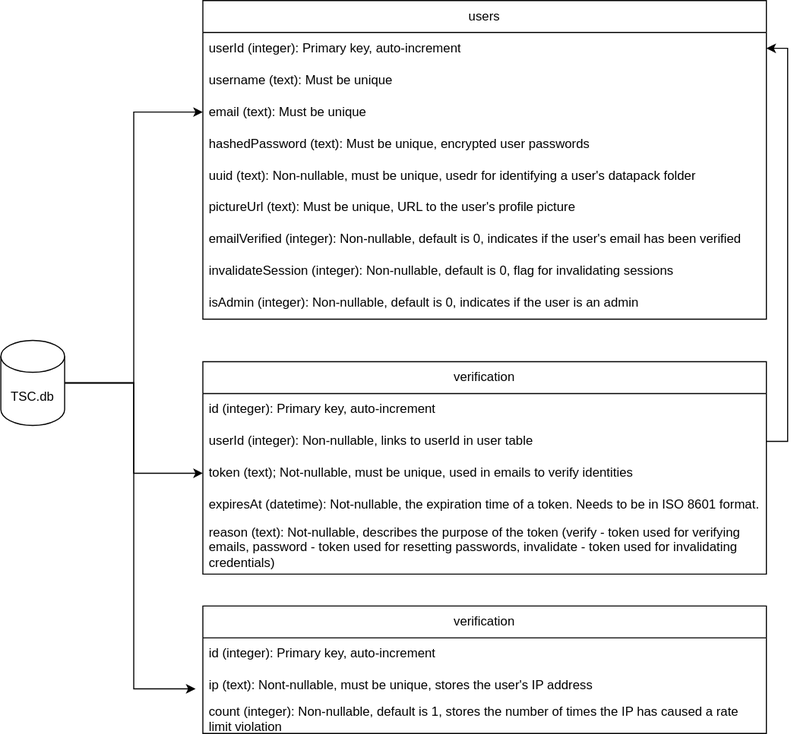
Before: assets/Database-Structure.drawio.svg, a diagram exported from draw.io (earthhistoryviz/tsconline). Source tidied: cells renumbered, new cells last; positions are measured from the earlier drawing's top-left corner, leaving out a move shared by most shapes.
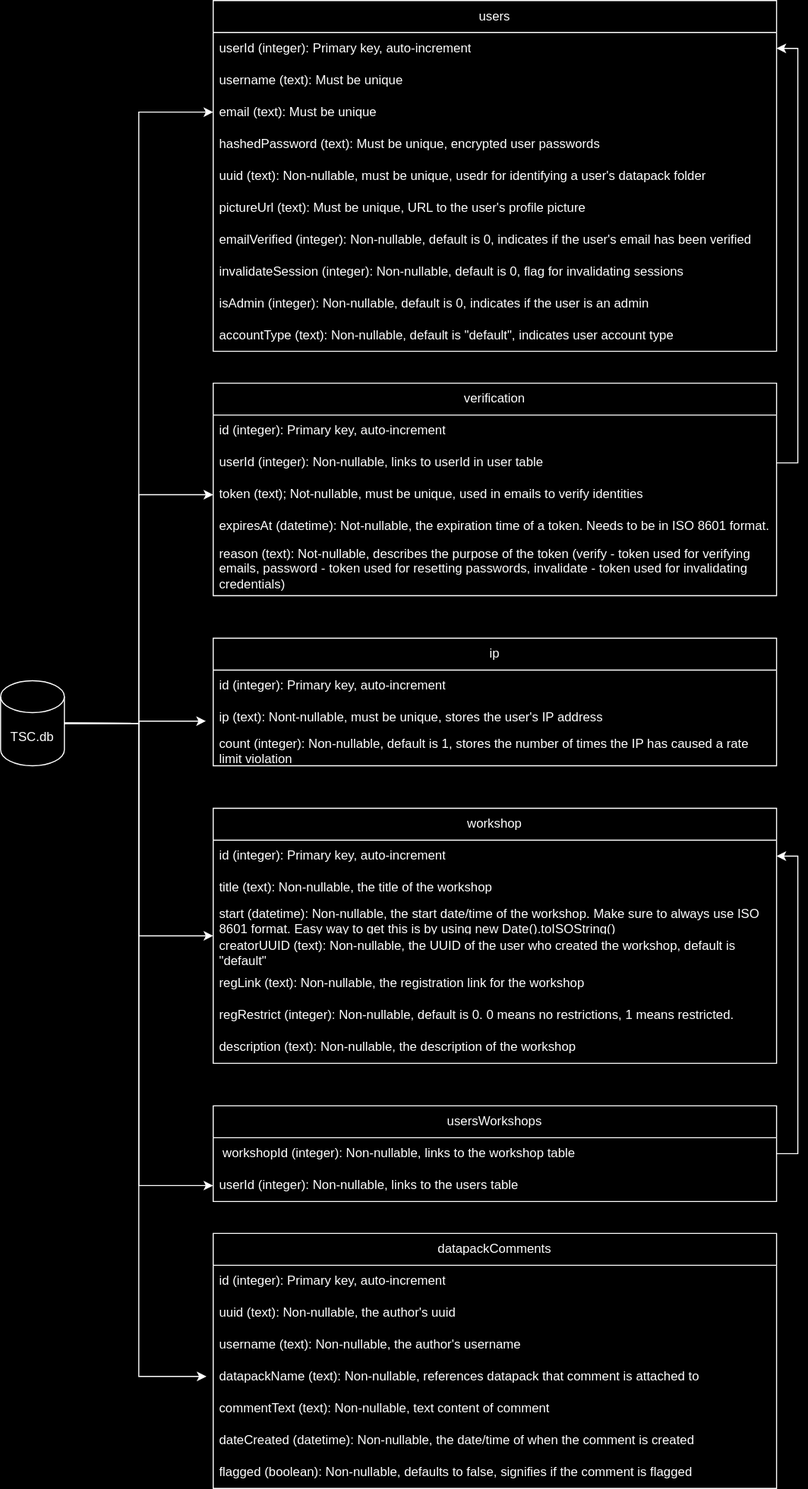
Above is the later version.

Commit message:
added documentation on strict mode, render column info, and updated database figure

What changed in the source:
```diff
@@ -8,11 +8,17 @@
     <mxCell id="3" style="edgeStyle=orthogonalEdgeStyle;rounded=0;jettySize=auto;html=1;exitX=1;exitY=0.5;exitDx=0;exitDy=0;exitPerimeter=0;entryX=0;entryY=0.5;entryDx=0;entryDy=0;" parent="1" edge="1" source="4" target="18">
       <mxGeometry relative="1" as="geometry" />
     </mxCell>
+    <mxCell id="27" style="edgeStyle=orthogonalEdgeStyle;rounded=0;jettySize=auto;html=1;exitX=1;exitY=0.5;exitDx=0;exitDy=0;exitPerimeter=0;entryX=0;entryY=0.5;entryDx=0;entryDy=0;" parent="1" edge="1" source="4" target="30">
+      <mxGeometry relative="1" as="geometry" />
+    </mxCell>
+    <mxCell id="28" style="edgeStyle=orthogonalEdgeStyle;rounded=0;jettySize=auto;html=1;exitX=1;exitY=0.5;exitDx=0;exitDy=0;exitPerimeter=0;entryX=0;entryY=0.5;entryDx=0;entryDy=0;" parent="1" edge="1" source="4" target="40">
+      <mxGeometry relative="1" as="geometry" />
+    </mxCell>
     <mxCell id="4" value="TSC.db" style="shape=cylinder3;whiteSpace=wrap;html=1;boundedLbl=1;backgroundOutline=1;size=15;" parent="1" vertex="1">
-      <mxGeometry y="320" width="60" height="80" as="geometry" />
+      <mxGeometry x="-10" y="640" width="60" height="80" as="geometry" />
     </mxCell>
     <mxCell id="5" value="users" style="swimlane;fontStyle=0;horizontal=1;startSize=30;whiteSpace=wrap;html=1;" parent="1" vertex="1">
-      <mxGeometry x="190" width="530" height="300" as="geometry" />
+      <mxGeometry x="190" width="530" height="330" as="geometry" />
     </mxCell>
     <mxCell id="6" value="userId (integer): Primary key, auto-increment" style="text;strokeColor=none;fillColor=none;align=left;verticalAlign=middle;spacingLeft=4;spacingRight=4;overflow=hidden;points=[[0,0.5],[1,0.5]];portConstraint=eastwest;whiteSpace=wrap;html=1;" parent="5" vertex="1">
       <mxGeometry y="30" width="530" height="30" as="geometry" />
@@ -41,8 +47,11 @@
     <mxCell id="14" value="isAdmin (integer): Non-nullable, default is 0, indicates if the user is an admin" style="text;strokeColor=none;fillColor=none;align=left;verticalAlign=middle;spacingLeft=4;spacingRight=4;overflow=hidden;whiteSpace=wrap;html=1;" parent="5" vertex="1">
       <mxGeometry y="270" width="530" height="30" as="geometry" />
     </mxCell>
+    <mxCell id="29" value="accountType (text):&amp;nbsp;Non-nullable, default is &quot;default&quot;, indicates user account type" style="text;strokeColor=none;fillColor=none;align=left;verticalAlign=middle;spacingLeft=4;spacingRight=4;overflow=hidden;whiteSpace=wrap;html=1;" parent="5" vertex="1">
+      <mxGeometry y="300" width="530" height="30" as="geometry" />
+    </mxCell>
     <mxCell id="15" value="verification" style="swimlane;fontStyle=0;horizontal=1;startSize=30;whiteSpace=wrap;html=1;" parent="1" vertex="1">
-      <mxGeometry x="190" y="340" width="530" height="200" as="geometry" />
+      <mxGeometry x="190" y="360" width="530" height="200" as="geometry" />
     </mxCell>
     <mxCell id="16" value="id (integer): Primary key, auto-increment" style="text;strokeColor=none;fillColor=none;align=left;verticalAlign=middle;spacingLeft=4;spacingRight=4;overflow=hidden;whiteSpace=wrap;html=1;" parent="15" vertex="1">
       <mxGeometry y="30" width="530" height="30" as="geometry" />
@@ -62,8 +71,8 @@
     <mxCell id="21" style="edgeStyle=orthogonalEdgeStyle;rounded=0;jettySize=auto;html=1;exitX=1;exitY=0.5;exitDx=0;exitDy=0;entryX=1;entryY=0.5;entryDx=0;entryDy=0;" parent="1" edge="1" source="17" target="6">
       <mxGeometry relative="1" as="geometry" />
     </mxCell>
-    <mxCell id="22" value="verification" style="swimlane;fontStyle=0;horizontal=1;startSize=30;whiteSpace=wrap;html=1;" parent="1" vertex="1">
-      <mxGeometry x="190" y="570" width="530" height="120" as="geometry" />
+    <mxCell id="22" value="ip" style="swimlane;fontStyle=0;horizontal=1;startSize=30;whiteSpace=wrap;html=1;" parent="1" vertex="1">
+      <mxGeometry x="190" y="600" width="530" height="120" as="geometry" />
     </mxCell>
     <mxCell id="23" value="id (integer): Primary key, auto-increment" style="text;strokeColor=none;fillColor=none;align=left;verticalAlign=middle;spacingLeft=4;spacingRight=4;overflow=hidden;whiteSpace=wrap;html=1;" parent="22" vertex="1">
       <mxGeometry y="30" width="530" height="30" as="geometry" />
@@ -77,5 +86,68 @@
     <mxCell id="26" style="edgeStyle=orthogonalEdgeStyle;rounded=0;jettySize=auto;html=1;exitX=1;exitY=0.5;exitDx=0;exitDy=0;exitPerimeter=0;entryX=-0.013;entryY=0.6;entryDx=0;entryDy=0;entryPerimeter=0;" parent="1" edge="1" source="4" target="24">
       <mxGeometry relative="1" as="geometry" />
     </mxCell>
+    <mxCell id="30" value="workshop" style="swimlane;fontStyle=0;horizontal=1;startSize=30;whiteSpace=wrap;html=1;" parent="1" vertex="1">
+      <mxGeometry x="190" y="760" width="530" height="240" as="geometry" />
+    </mxCell>
+    <mxCell id="31" value="id (integer): Primary key, auto-increment" style="text;strokeColor=none;fillColor=none;align=left;verticalAlign=middle;spacingLeft=4;spacingRight=4;overflow=hidden;points=[[0,0.5],[1,0.5]];portConstraint=eastwest;whiteSpace=wrap;html=1;" parent="30" vertex="1">
+      <mxGeometry y="30" width="530" height="30" as="geometry" />
+    </mxCell>
+    <mxCell id="32" value="title (text): Non-nullable, the title of the workshop" style="text;strokeColor=none;fillColor=none;align=left;verticalAlign=middle;spacingLeft=4;spacingRight=4;overflow=hidden;whiteSpace=wrap;html=1;" parent="30" vertex="1">
+      <mxGeometry y="60" width="530" height="30" as="geometry" />
+    </mxCell>
+    <mxCell id="33" value="start (datetime): Non-nullable, the start date/time of the workshop. Make sure to always use ISO 8601 format. Easy way to get this is by using new Date().toISOString()" style="text;strokeColor=none;fillColor=none;align=left;verticalAlign=middle;spacingLeft=4;spacingRight=4;overflow=hidden;whiteSpace=wrap;html=1;" parent="30" vertex="1">
+      <mxGeometry y="90" width="530" height="30" as="geometry" />
+    </mxCell>
+    <mxCell id="34" value="creatorUUID (text): Non-nullable, the UUID of the user who created the workshop, default is &quot;default&quot;" style="text;strokeColor=none;fillColor=none;align=left;verticalAlign=middle;spacingLeft=4;spacingRight=4;overflow=hidden;whiteSpace=wrap;html=1;" parent="30" vertex="1">
+      <mxGeometry y="120" width="530" height="30" as="geometry" />
+    </mxCell>
+    <mxCell id="35" value="regLink (text): Non-nullable, the registration link for the workshop" style="text;strokeColor=none;fillColor=none;align=left;verticalAlign=middle;spacingLeft=4;spacingRight=4;overflow=hidden;whiteSpace=wrap;html=1;" parent="30" vertex="1">
+      <mxGeometry y="150" width="530" height="30" as="geometry" />
+    </mxCell>
+    <mxCell id="36" value="&lt;div&gt;regRestrict (integer): Non-nullable, default is 0. 0 means no restrictions, 1 means restricted.&lt;/div&gt;" style="text;strokeColor=none;fillColor=none;align=left;verticalAlign=middle;spacingLeft=4;spacingRight=4;overflow=hidden;whiteSpace=wrap;html=1;" parent="30" vertex="1">
+      <mxGeometry y="180" width="530" height="30" as="geometry" />
+    </mxCell>
+    <mxCell id="37" value="&lt;div&gt;description (text): Non-nullable, the description of the workshop&lt;/div&gt;" style="text;strokeColor=none;fillColor=none;align=left;verticalAlign=middle;spacingLeft=4;spacingRight=4;overflow=hidden;whiteSpace=wrap;html=1;" parent="30" vertex="1">
+      <mxGeometry y="210" width="530" height="30" as="geometry" />
+    </mxCell>
+    <mxCell id="38" value="usersWorkshops" style="swimlane;fontStyle=0;horizontal=1;startSize=30;whiteSpace=wrap;html=1;" parent="1" vertex="1">
+      <mxGeometry x="190" y="1040" width="530" height="90" as="geometry" />
+    </mxCell>
+    <mxCell id="39" value="&amp;nbsp;workshopId (integer): Non-nullable, links to the workshop table" style="text;strokeColor=none;fillColor=none;align=left;verticalAlign=middle;spacingLeft=4;spacingRight=4;overflow=hidden;points=[[0,0.5],[1,0.5]];portConstraint=eastwest;whiteSpace=wrap;html=1;" parent="38" vertex="1">
+      <mxGeometry y="30" width="530" height="30" as="geometry" />
+    </mxCell>
+    <mxCell id="40" value="userId (integer): Non-nullable, links to the users table" style="text;strokeColor=none;fillColor=none;align=left;verticalAlign=middle;spacingLeft=4;spacingRight=4;overflow=hidden;points=[[0,0.5],[1,0.5]];portConstraint=eastwest;whiteSpace=wrap;html=1;" parent="38" vertex="1">
+      <mxGeometry y="60" width="530" height="30" as="geometry" />
+    </mxCell>
+    <mxCell id="41" style="edgeStyle=orthogonalEdgeStyle;rounded=0;jettySize=auto;html=1;exitX=1;exitY=0.5;exitDx=0;exitDy=0;entryX=1;entryY=0.5;entryDx=0;entryDy=0;" parent="1" edge="1" source="39" target="31">
+      <mxGeometry relative="1" as="geometry" />
+    </mxCell>
+    <mxCell id="42" value="datapackComments" style="swimlane;fontStyle=0;horizontal=1;startSize=30;whiteSpace=wrap;html=1;" parent="1" vertex="1">
+      <mxGeometry x="190" y="1160" width="530" height="240" as="geometry" />
+    </mxCell>
+    <mxCell id="43" value="id (integer): Primary key, auto-increment" style="text;strokeColor=none;fillColor=none;align=left;verticalAlign=middle;spacingLeft=4;spacingRight=4;overflow=hidden;whiteSpace=wrap;html=1;" parent="42" vertex="1">
+      <mxGeometry y="30" width="530" height="30" as="geometry" />
+    </mxCell>
+    <mxCell id="44" value="uuid (text): Non-nullable, the author's uuid" style="text;strokeColor=none;fillColor=none;align=left;verticalAlign=middle;spacingLeft=4;spacingRight=4;overflow=hidden;whiteSpace=wrap;html=1;" parent="42" vertex="1">
+      <mxGeometry y="60" width="530" height="30" as="geometry" />
+    </mxCell>
+    <mxCell id="45" value="username (text): Non-nullable, the author's username" style="text;strokeColor=none;fillColor=none;align=left;verticalAlign=middle;spacingLeft=4;spacingRight=4;overflow=hidden;whiteSpace=wrap;html=1;" parent="42" vertex="1">
+      <mxGeometry y="90" width="530" height="30" as="geometry" />
+    </mxCell>
+    <mxCell id="46" value="datapackName (text): Non-nullable, references datapack that comment is attached to" style="text;strokeColor=none;fillColor=none;align=left;verticalAlign=middle;spacingLeft=4;spacingRight=4;overflow=hidden;points=[[0,0.5],[1,0.5]];portConstraint=eastwest;whiteSpace=wrap;html=1;" parent="42" vertex="1">
+      <mxGeometry y="120" width="530" height="30" as="geometry" />
+    </mxCell>
+    <mxCell id="47" value="commentText (text): Non-nullable, text content of comment" style="text;strokeColor=none;fillColor=none;align=left;verticalAlign=middle;spacingLeft=4;spacingRight=4;overflow=hidden;whiteSpace=wrap;html=1;" parent="42" vertex="1">
+      <mxGeometry y="150" width="530" height="30" as="geometry" />
+    </mxCell>
+    <mxCell id="48" value="&lt;div&gt;dateCreated (datetime): Non-nullable, the date/time of when the comment is created&lt;/div&gt;" style="text;strokeColor=none;fillColor=none;align=left;verticalAlign=middle;spacingLeft=4;spacingRight=4;overflow=hidden;whiteSpace=wrap;html=1;" parent="42" vertex="1">
+      <mxGeometry y="180" width="530" height="30" as="geometry" />
+    </mxCell>
+    <mxCell id="49" value="&lt;div&gt;flagged (boolean): Non-nullable, defaults to false, signifies if the comment is flagged&lt;/div&gt;" style="text;strokeColor=none;fillColor=none;align=left;verticalAlign=middle;spacingLeft=4;spacingRight=4;overflow=hidden;whiteSpace=wrap;html=1;" parent="42" vertex="1">
+      <mxGeometry y="210" width="530" height="30" as="geometry" />
+    </mxCell>
+    <mxCell id="50" style="edgeStyle=orthogonalEdgeStyle;rounded=0;jettySize=auto;html=1;exitX=1;exitY=0.5;exitDx=0;exitDy=0;exitPerimeter=0;entryX=-0.012;entryY=0.487;entryDx=0;entryDy=0;entryPerimeter=0;" parent="1" edge="1" source="4" target="46">
+      <mxGeometry relative="1" as="geometry" />
+    </mxCell>
   </root>
 </mxGraphModel>
```
